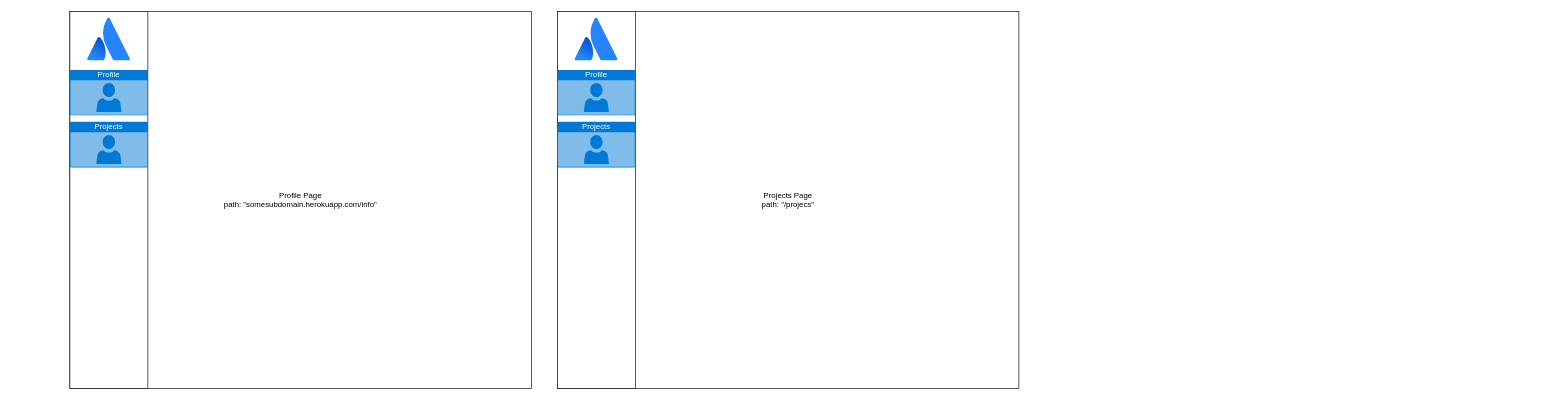
Before: wireframe.drawio in sudosurmrf/capstone-group-2, a draw.io diagram. Source tidied: cells renumbered, new cells numbered last; positions are measured from the earlier drawing's top-left corner, leaving out a move shared by most shapes. Both pictures are drawn from the tidied source at 65%, with x=0, y=0 at pixel (70, 11).
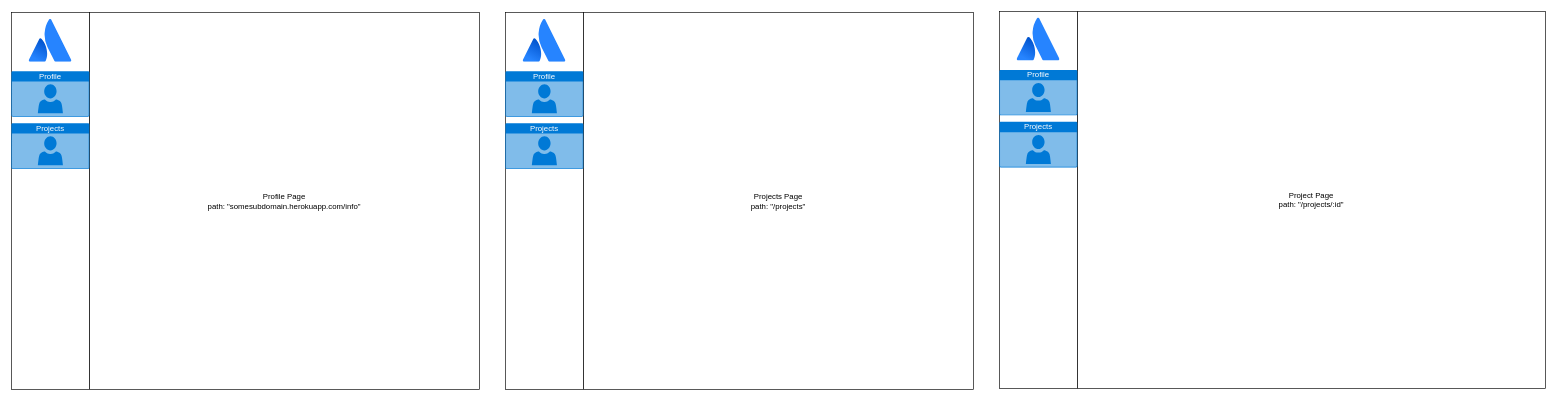
After the change.

Commit message:
3 pages, layout

Diff of the diagram source:
```diff
@@
 <mxGraphModel>
   <root>
     <mxCell id="0" />
     <mxCell id="1" parent="0" />
-    <mxCell id="2" style="group;" parent="1" vertex="1">
-      <mxGeometry width="710" height="580" as="geometry" />
-    </mxCell>
+    <mxCell id="16" value="Project Page&lt;div&gt;path: &quot;/projects/:id&quot;&lt;/div&gt;" style="rounded=0;whiteSpace=wrap;html=1;" parent="1" vertex="1">
+      <mxGeometry x="1550" width="720" height="580" as="geometry" />
+    </mxCell>
+    <mxCell id="17" style="group;" parent="1" vertex="1">
+      <mxGeometry x="1430" width="120" height="580" as="geometry" />
+    </mxCell>
+    <mxCell id="18" style="rounded=0;whiteSpace=wrap;html=1;" parent="17" vertex="1">
+      <mxGeometry width="120" height="580" as="geometry" />
+    </mxCell>
+    <mxCell id="19" style="image;html=1;image=img/lib/atlassian/Atlassian_Logo.svg;" parent="17" vertex="1">
+      <mxGeometry x="27" y="10" width="66" height="66" as="geometry" />
+    </mxCell>
+    <mxCell id="20" value="Profile" style="html=1;whiteSpace=wrap;strokeColor=none;fillColor=#0079D6;labelPosition=center;verticalLabelPosition=middle;verticalAlign=top;align=center;fontSize=12;spacingTop=-6;fontColor=#FFFFFF;sketch=0;shape=mxgraph.sitemap.profile;" parent="17" vertex="1">
+      <mxGeometry y="90" width="120" height="70" as="geometry" />
+    </mxCell>
+    <mxCell id="21" value="Projects" style="html=1;whiteSpace=wrap;strokeColor=none;fillColor=#0079D6;labelPosition=center;verticalLabelPosition=middle;verticalAlign=top;align=center;fontSize=12;spacingTop=-6;fontColor=#FFFFFF;sketch=0;shape=mxgraph.sitemap.profile;" parent="17" vertex="1">
+      <mxGeometry y="170" width="120" height="70" as="geometry" />
+    </mxCell>
-    <mxCell id="3" value="Profile Page&lt;br&gt;path: &quot;somesubdomain.herokuapp.com/info&quot;" style="rounded=0;whiteSpace=wrap;html=1;" parent="2" vertex="1">
-      <mxGeometry width="710" height="580" as="geometry" />
+    <mxCell id="3" value="Profile Page&lt;br&gt;path: &quot;somesubdomain.herokuapp.com/info&quot;" style="rounded=0;whiteSpace=wrap;html=1;" parent="1" vertex="1">
+      <mxGeometry x="30" y="2" width="600" height="580" as="geometry" />
     </mxCell>
-    <mxCell id="4" style="group;" parent="2" vertex="1">
-      <mxGeometry width="120" height="580" as="geometry" />
+    <mxCell id="4" style="group;" parent="1" vertex="1">
+      <mxGeometry x="-90" y="2" width="120" height="580" as="geometry" />
     </mxCell>
     <mxCell id="5" style="rounded=0;whiteSpace=wrap;html=1;" parent="4" vertex="1">
       <mxGeometry width="120" height="580" as="geometry" />
     </mxCell>
     <mxCell id="6" style="image;html=1;image=img/lib/atlassian/Atlassian_Logo.svg;" parent="4" vertex="1">
       <mxGeometry x="27" y="10" width="66" height="66" as="geometry" />
     </mxCell>
     <mxCell id="7" value="Profile" style="html=1;whiteSpace=wrap;strokeColor=none;fillColor=#0079D6;labelPosition=center;verticalLabelPosition=middle;verticalAlign=top;align=center;fontSize=12;spacingTop=-6;fontColor=#FFFFFF;sketch=0;shape=mxgraph.sitemap.profile;" parent="4" vertex="1">
       <mxGeometry y="90" width="120" height="70" as="geometry" />
     </mxCell>
     <mxCell id="8" value="Projects" style="html=1;whiteSpace=wrap;strokeColor=none;fillColor=#0079D6;labelPosition=center;verticalLabelPosition=middle;verticalAlign=top;align=center;fontSize=12;spacingTop=-6;fontColor=#FFFFFF;sketch=0;shape=mxgraph.sitemap.profile;" parent="4" vertex="1">
       <mxGeometry y="170" width="120" height="70" as="geometry" />
     </mxCell>
-    <mxCell id="9" style="group;" parent="1" vertex="1">
-      <mxGeometry x="750" width="710" height="580" as="geometry" />
-    </mxCell>
-    <mxCell id="10" value="Projects Page&lt;div&gt;path: &quot;/projecs&quot;&lt;/div&gt;" style="rounded=0;whiteSpace=wrap;html=1;" parent="9" vertex="1">
-      <mxGeometry width="710" height="580" as="geometry" />
+    <mxCell id="10" value="Projects Page&lt;div&gt;path: &quot;/projects&quot;&lt;/div&gt;" style="rounded=0;whiteSpace=wrap;html=1;" parent="1" vertex="1">
+      <mxGeometry x="790" y="2" width="600" height="580" as="geometry" />
     </mxCell>
-    <mxCell id="11" style="group;" parent="9" vertex="1">
-      <mxGeometry width="120" height="580" as="geometry" />
+    <mxCell id="11" style="group;" parent="1" vertex="1">
+      <mxGeometry x="670" y="2" width="120" height="580" as="geometry" />
     </mxCell>
     <mxCell id="12" style="rounded=0;whiteSpace=wrap;html=1;" parent="11" vertex="1">
       <mxGeometry width="120" height="580" as="geometry" />
     </mxCell>
     <mxCell id="13" style="image;html=1;image=img/lib/atlassian/Atlassian_Logo.svg;" parent="11" vertex="1">
       <mxGeometry x="27" y="10" width="66" height="66" as="geometry" />
     </mxCell>
     <mxCell id="14" value="Profile" style="html=1;whiteSpace=wrap;strokeColor=none;fillColor=#0079D6;labelPosition=center;verticalLabelPosition=middle;verticalAlign=top;align=center;fontSize=12;spacingTop=-6;fontColor=#FFFFFF;sketch=0;shape=mxgraph.sitemap.profile;" parent="11" vertex="1">
       <mxGeometry y="90" width="120" height="70" as="geometry" />
     </mxCell>
     <mxCell id="15" value="Projects" style="html=1;whiteSpace=wrap;strokeColor=none;fillColor=#0079D6;labelPosition=center;verticalLabelPosition=middle;verticalAlign=top;align=center;fontSize=12;spacingTop=-6;fontColor=#FFFFFF;sketch=0;shape=mxgraph.sitemap.profile;" parent="11" vertex="1">
       <mxGeometry y="170" width="120" height="70" as="geometry" />
     </mxCell>
   </root>
 </mxGraphModel>
```
